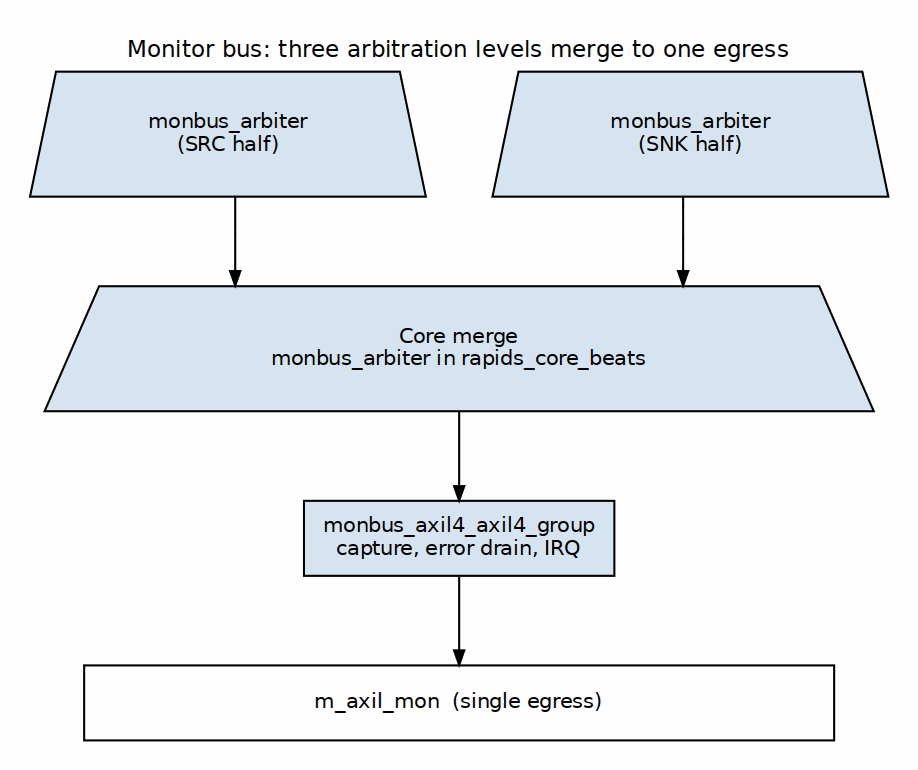
Above: projects/fpga-systems/Genesys2/dma-ip/rapids_beats/docs/assets/graphviz/rapids_monbus_hier.png in sean-galloway/RTLDesignSherpa (Graphviz), before the change. Its source is kept beside it as projects/fpga-systems/Genesys2/dma-ip/rapids_beats/docs/assets/graphviz/rapids_monbus_hier.dot.
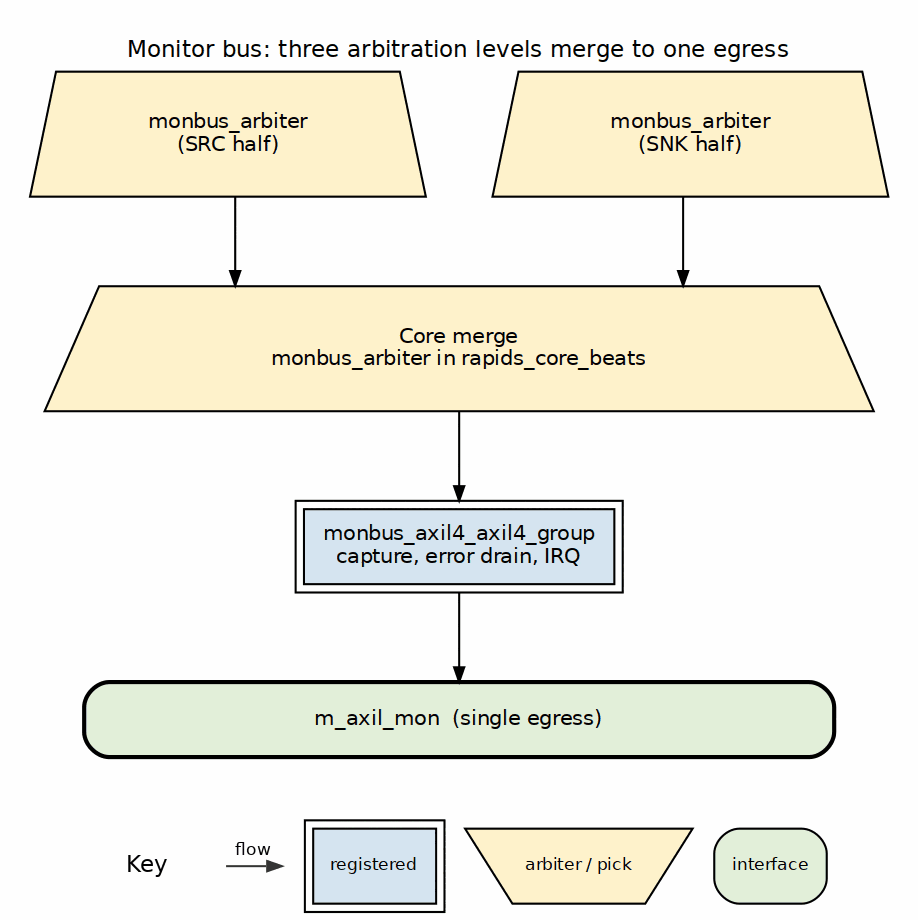
The same file after the commit.

Diff of the diagram source:
```diff
@@ -1,12 +1,12 @@
 digraph rapids_monbus_hier {
     graph [rankdir=TB, bgcolor="white", fontname="Helvetica", fontsize=11, nodesep="0.45", ranksep="0.6", splines=ortho, newrank=true, labelloc=t, labeljust=c, pad="0.2", label="Monitor bus: three arbitration levels merge to one egress"];
-    node  [fontname="Helvetica", fontsize=10, shape=box, style=filled, fillcolor="#D6E4F0", color="black", margin="0.12,0.06"];
+    node  [fontname="Helvetica", fontsize=10, shape=box, style=filled, fillcolor="white", color="black", margin="0.12,0.06"];
     edge  [fontname="Helvetica", fontsize=9, color="black", arrowsize=0.7];
-    srcm  [label="monbus_arbiter\n(SRC half)", shape=polygon, sides=4, distortion=-0.10];
-    snkm  [label="monbus_arbiter\n(SNK half)", shape=polygon, sides=4, distortion=-0.10];
-    merge [label="Core merge\nmonbus_arbiter in rapids_core_beats", shape=polygon, sides=4, distortion=-0.10, width=4];
-    grp   [label="monbus_axil4_axil4_group\ncapture, error drain, IRQ"];
-    egr   [label="m_axil_mon  (single egress)", fillcolor="white", width=5];
+    srcm  [label="monbus_arbiter\n(SRC half)", shape=polygon, sides=4, distortion=-0.10, style="filled", fillcolor="#FFF2CC"];
+    snkm  [label="monbus_arbiter\n(SNK half)", shape=polygon, sides=4, distortion=-0.10, style="filled", fillcolor="#FFF2CC"];
+    merge [label="Core merge\nmonbus_arbiter in rapids_core_beats", shape=polygon, sides=4, distortion=-0.10, width=4, style="filled", fillcolor="#FFF2CC"];
+    grp   [label="monbus_axil4_axil4_group\ncapture, error drain, IRQ", peripheries=2, style="filled", fillcolor="#D6E4F0"];
+    egr   [label="m_axil_mon  (single egress)", fillcolor="white", width=5, style="rounded,filled,bold", fillcolor="#E2EFDA"];
     srcm -> merge; snkm -> merge;
     merge -> grp; grp -> egr;
     { rank=same; srcm; snkm; }
```
